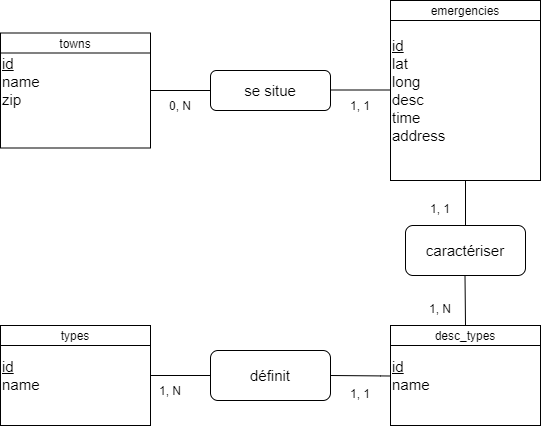
Earlier version of the draw.io export MCD.png (chainyo/analyse_donnees). Source tidied: cells renumbered, new cells last; positions are measured from the earlier drawing's top-left corner, leaving out a move shared by most shapes.
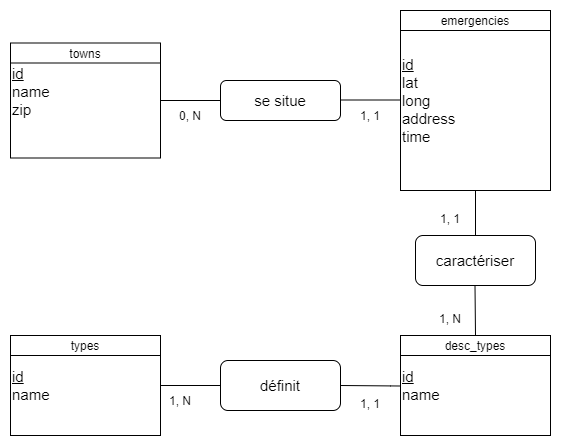
The same file after the commit.

Commit message:
modif MCD

The edit, as a diff of the source:
```diff
@@ -2,7 +2,7 @@
   <root>
     <mxCell id="0" />
     <mxCell id="1" parent="0" />
-    <mxCell id="2" value="&lt;font style=&quot;font-size: 15px&quot;&gt;&lt;u&gt;id&lt;/u&gt;&lt;br&gt;lat&lt;br&gt;long&lt;br&gt;desc&lt;br&gt;time&lt;br&gt;address&lt;br&gt;&lt;/font&gt;" style="shape=internalStorage;whiteSpace=wrap;html=1;backgroundOutline=1;dx=0;dy=20;align=left;" parent="1" vertex="1">
+    <mxCell id="2" value="&lt;font style=&quot;font-size: 15px&quot;&gt;&lt;u&gt;id&lt;/u&gt;&lt;br&gt;lat&lt;br&gt;long&lt;br&gt;address&lt;br&gt;time&lt;br&gt;&lt;/font&gt;" style="shape=internalStorage;whiteSpace=wrap;html=1;backgroundOutline=1;dx=0;dy=20;align=left;" parent="1" vertex="1">
       <mxGeometry x="390" width="150" height="180" as="geometry" />
     </mxCell>
     <mxCell id="3" value="emergencies" style="text;html=1;strokeColor=none;fillColor=none;align=center;verticalAlign=middle;whiteSpace=wrap;rounded=0;" parent="1" vertex="1">
```
